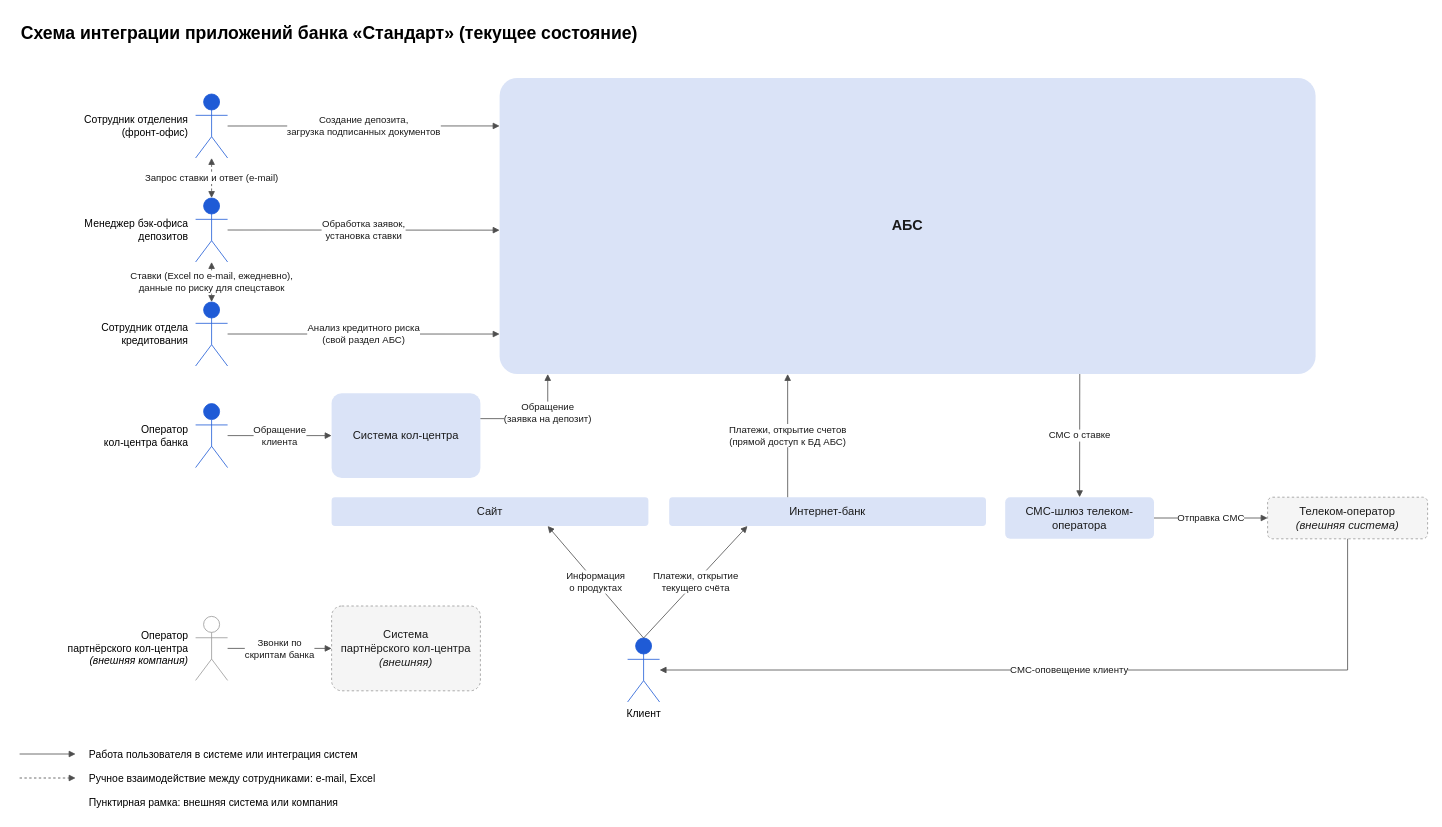
Before: Task1/integration-diagram.drawio in KirylNik/architecture-standart, a draw.io diagram. Source tidied: cells renumbered, new cells numbered last; positions are measured from the earlier drawing's top-left corner, leaving out a move shared by most shapes. Both pictures are drawn from the tidied source at 80%, with x=0, y=0 at pixel (19, 14).
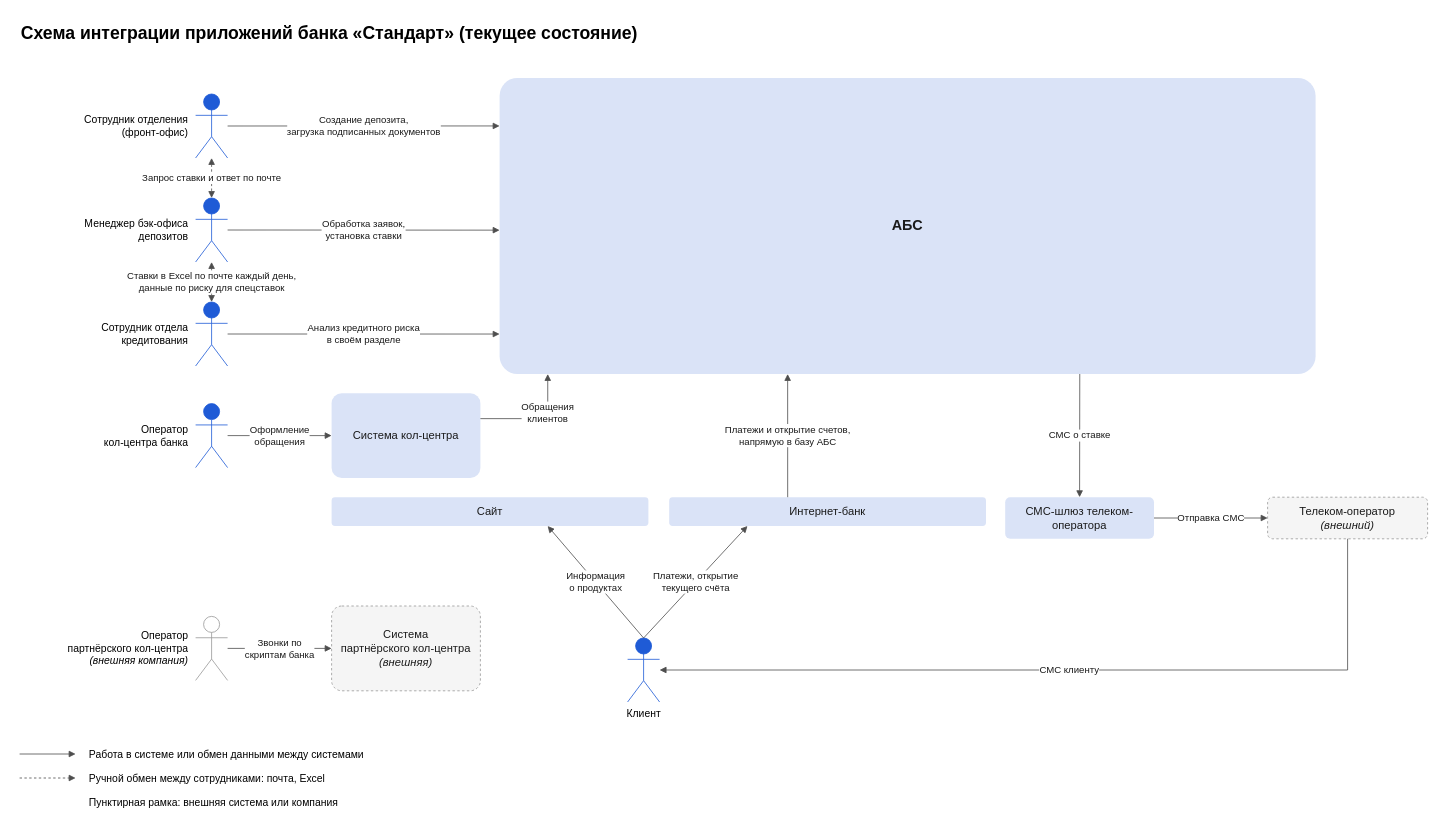
The same page after the edit.

Commit message (it also covers changes not shown here):
Clean up footnotes and labels in Task1 diagrams

Unchanged cells that the change refers to:
```xml
<mxCell id="3" value="Сотрудник отделения&lt;br&gt;(фронт-офис)" style="html=1;fontFamily=Helvetica;shape=umlActor;outlineConnect=0;fontSize=13;labelPosition=left;verticalLabelPosition=middle;align=right;verticalAlign=middle;spacingRight=8;fillColor=#1F5BD6;strokeColor=#1F5BD6;" parent="1" vertex="1">
  <mxGeometry x="220" y="100" width="40" height="80" as="geometry" />
</mxCell>
<mxCell id="4" value="Менеджер бэк-офиса&lt;br&gt;депозитов" style="html=1;fontFamily=Helvetica;shape=umlActor;outlineConnect=0;fontSize=13;labelPosition=left;verticalLabelPosition=middle;align=right;verticalAlign=middle;spacingRight=8;fillColor=#1F5BD6;strokeColor=#1F5BD6;" parent="1" vertex="1">
  <mxGeometry x="220" y="230" width="40" height="80" as="geometry" />
</mxCell>
<mxCell id="5" value="Сотрудник отдела&lt;br&gt;кредитования" style="html=1;fontFamily=Helvetica;shape=umlActor;outlineConnect=0;fontSize=13;labelPosition=left;verticalLabelPosition=middle;align=right;verticalAlign=middle;spacingRight=8;fillColor=#1F5BD6;strokeColor=#1F5BD6;" parent="1" vertex="1">
  <mxGeometry x="220" y="360" width="40" height="80" as="geometry" />
</mxCell>
<mxCell id="6" value="Оператор&lt;br&gt;кол-центра банка" style="html=1;fontFamily=Helvetica;shape=umlActor;outlineConnect=0;fontSize=13;labelPosition=left;verticalLabelPosition=middle;align=right;verticalAlign=middle;spacingRight=8;fillColor=#1F5BD6;strokeColor=#1F5BD6;" parent="1" vertex="1">
  <mxGeometry x="220" y="487" width="40" height="80" as="geometry" />
</mxCell>
<mxCell id="8" value="Клиент" style="html=1;fontFamily=Helvetica;shape=umlActor;outlineConnect=0;fontSize=13;verticalLabelPosition=bottom;verticalAlign=top;fillColor=#1F5BD6;strokeColor=#1F5BD6;" parent="1" vertex="1">
  <mxGeometry x="760" y="780" width="40" height="80" as="geometry" />
</mxCell>
<mxCell id="9" value="АБС" style="html=1;whiteSpace=wrap;fontFamily=Helvetica;rounded=1;arcSize=6;fillColor=#DAE3F7;strokeColor=none;fontColor=#1A1A1A;fontSize=18;fontStyle=1;" parent="1" vertex="1">
  <mxGeometry x="600" y="80" width="1020" height="370" as="geometry" />
</mxCell>
<mxCell id="10" value="Система кол-центра" style="html=1;whiteSpace=wrap;fontFamily=Helvetica;rounded=1;arcSize=12;fillColor=#DAE3F7;strokeColor=none;fontColor=#1A1A1A;fontSize=14;" parent="1" vertex="1">
  <mxGeometry x="390" y="474" width="186" height="106" as="geometry" />
</mxCell>
<mxCell id="13" value="Интернет-банк" style="html=1;whiteSpace=wrap;fontFamily=Helvetica;rounded=1;arcSize=12;fillColor=#DAE3F7;strokeColor=none;fontColor=#1A1A1A;fontSize=14;" parent="1" vertex="1">
  <mxGeometry x="812" y="604" width="396" height="36" as="geometry" />
</mxCell>
```

What changed in the source:
```diff
@@
-    <mxCell id="15" value="Телеком-оператор&lt;br&gt;&lt;i&gt;(внешняя система)&lt;/i&gt;" style="html=1;whiteSpace=wrap;fontFamily=Helvetica;rounded=1;arcSize=12;fillColor=#F5F5F5;strokeColor=#999999;dashed=1;fontColor=#1A1A1A;fontSize=14;" parent="1" vertex="1">
+    <mxCell id="15" value="Телеком-оператор&lt;br&gt;&lt;i&gt;(внешний)&lt;/i&gt;" style="html=1;whiteSpace=wrap;fontFamily=Helvetica;rounded=1;arcSize=12;fillColor=#F5F5F5;strokeColor=#999999;dashed=1;fontColor=#1A1A1A;fontSize=14;" parent="1" vertex="1">
       <mxGeometry x="1560" y="604" width="200" height="52" as="geometry" />
     </mxCell>
@@
-    <mxCell id="18" value="Анализ кредитного риска&lt;br&gt;(свой раздел АБС)" style="html=1;rounded=0;endArrow=block;endFill=1;strokeColor=#4D4D4D;fontSize=12;fontColor=#1A1A1A;labelBackgroundColor=#FFFFFF;edgeStyle=none;exitX=1;exitY=0.5;exitDx=0;exitDy=0;entryX=0;entryY=0.865;entryDx=0;entryDy=0;" parent="1" edge="1" source="5" target="9">
+    <mxCell id="18" value="Анализ кредитного риска&lt;br&gt;в своём разделе" style="html=1;rounded=0;endArrow=block;endFill=1;strokeColor=#4D4D4D;fontSize=12;fontColor=#1A1A1A;labelBackgroundColor=#FFFFFF;edgeStyle=none;exitX=1;exitY=0.5;exitDx=0;exitDy=0;entryX=0;entryY=0.865;entryDx=0;entryDy=0;" parent="1" edge="1" source="5" target="9">
       <mxGeometry relative="1" as="geometry" />
     </mxCell>
-    <mxCell id="19" value="Запрос ставки и ответ (e-mail)" style="html=1;rounded=0;endArrow=block;endFill=1;strokeColor=#4D4D4D;fontSize=12;fontColor=#1A1A1A;labelBackgroundColor=#FFFFFF;edgeStyle=none;dashed=1;startArrow=block;startFill=1;exitX=0.5;exitY=1;exitDx=0;exitDy=0;entryX=0.5;entryY=0;entryDx=0;entryDy=0;" parent="1" edge="1" source="3" target="4">
+    <mxCell id="19" value="Запрос ставки и ответ по почте" style="html=1;rounded=0;endArrow=block;endFill=1;strokeColor=#4D4D4D;fontSize=12;fontColor=#1A1A1A;labelBackgroundColor=#FFFFFF;edgeStyle=none;dashed=1;startArrow=block;startFill=1;exitX=0.5;exitY=1;exitDx=0;exitDy=0;entryX=0.5;entryY=0;entryDx=0;entryDy=0;" parent="1" edge="1" source="3" target="4">
       <mxGeometry relative="1" as="geometry" />
     </mxCell>
-    <mxCell id="20" value="Ставки (Excel по e-mail, ежедневно),&lt;br&gt;данные по риску для спецставок" style="html=1;rounded=0;endArrow=block;endFill=1;strokeColor=#4D4D4D;fontSize=12;fontColor=#1A1A1A;labelBackgroundColor=#FFFFFF;edgeStyle=none;dashed=1;startArrow=block;startFill=1;exitX=0.5;exitY=1;exitDx=0;exitDy=0;entryX=0.5;entryY=0;entryDx=0;entryDy=0;" parent="1" edge="1" source="4" target="5">
+    <mxCell id="20" value="Ставки в Excel по почте каждый день,&lt;br&gt;данные по риску для спецставок" style="html=1;rounded=0;endArrow=block;endFill=1;strokeColor=#4D4D4D;fontSize=12;fontColor=#1A1A1A;labelBackgroundColor=#FFFFFF;edgeStyle=none;dashed=1;startArrow=block;startFill=1;exitX=0.5;exitY=1;exitDx=0;exitDy=0;entryX=0.5;entryY=0;entryDx=0;entryDy=0;" parent="1" edge="1" source="4" target="5">
       <mxGeometry relative="1" as="geometry" />
     </mxCell>
-    <mxCell id="21" value="Обращение&lt;br&gt;клиента" style="html=1;rounded=0;endArrow=block;endFill=1;strokeColor=#4D4D4D;fontSize=12;fontColor=#1A1A1A;labelBackgroundColor=#FFFFFF;edgeStyle=none;exitX=1;exitY=0.5;exitDx=0;exitDy=0;entryX=0;entryY=0.5;entryDx=0;entryDy=0;" parent="1" edge="1" source="6" target="10">
+    <mxCell id="21" value="Оформление&lt;br&gt;обращения" style="html=1;rounded=0;endArrow=block;endFill=1;strokeColor=#4D4D4D;fontSize=12;fontColor=#1A1A1A;labelBackgroundColor=#FFFFFF;edgeStyle=none;exitX=1;exitY=0.5;exitDx=0;exitDy=0;entryX=0;entryY=0.5;entryDx=0;entryDy=0;" parent="1" edge="1" source="6" target="10">
       <mxGeometry relative="1" as="geometry" />
     </mxCell>
-    <mxCell id="22" value="Обращение&lt;br&gt;(заявка на депозит)" style="html=1;rounded=0;endArrow=block;endFill=1;strokeColor=#4D4D4D;fontSize=12;fontColor=#1A1A1A;labelBackgroundColor=#FFFFFF;edgeStyle=orthogonalEdgeStyle;exitX=1;exitY=0.3;exitDx=0;exitDy=0;entryX=0.059;entryY=1;entryDx=0;entryDy=0;" parent="1" edge="1" source="10" target="9">
+    <mxCell id="22" value="Обращения&lt;br&gt;клиентов" style="html=1;rounded=0;endArrow=block;endFill=1;strokeColor=#4D4D4D;fontSize=12;fontColor=#1A1A1A;labelBackgroundColor=#FFFFFF;edgeStyle=orthogonalEdgeStyle;exitX=1;exitY=0.3;exitDx=0;exitDy=0;entryX=0.059;entryY=1;entryDx=0;entryDy=0;" parent="1" edge="1" source="10" target="9">
       <mxGeometry x="0.3" relative="1" as="geometry" />
     </mxCell>
@@
-    <mxCell id="26" value="Платежи, открытие счетов&lt;br&gt;(прямой доступ к БД АБС)" style="html=1;rounded=0;endArrow=block;endFill=1;strokeColor=#4D4D4D;fontSize=12;fontColor=#1A1A1A;labelBackgroundColor=#FFFFFF;edgeStyle=none;exitX=0.374;exitY=0;exitDx=0;exitDy=0;entryX=0.353;entryY=1;entryDx=0;entryDy=0;" parent="1" edge="1" source="13" target="9">
+    <mxCell id="26" value="Платежи и открытие счетов,&lt;br&gt;напрямую в базу АБС" style="html=1;rounded=0;endArrow=block;endFill=1;strokeColor=#4D4D4D;fontSize=12;fontColor=#1A1A1A;labelBackgroundColor=#FFFFFF;edgeStyle=none;exitX=0.374;exitY=0;exitDx=0;exitDy=0;entryX=0.353;entryY=1;entryDx=0;entryDy=0;" parent="1" edge="1" source="13" target="9">
       <mxGeometry relative="1" as="geometry" />
     </mxCell>
@@
-    <mxCell id="29" value="СМС-оповещение клиенту" style="html=1;rounded=0;endArrow=block;endFill=1;strokeColor=#4D4D4D;fontSize=12;fontColor=#1A1A1A;labelBackgroundColor=#FFFFFF;edgeStyle=orthogonalEdgeStyle;exitX=0.5;exitY=1;exitDx=0;exitDy=0;entryX=1;entryY=0.5;entryDx=0;entryDy=0;" parent="1" edge="1" source="15" target="8">
+    <mxCell id="29" value="СМС клиенту" style="html=1;rounded=0;endArrow=block;endFill=1;strokeColor=#4D4D4D;fontSize=12;fontColor=#1A1A1A;labelBackgroundColor=#FFFFFF;edgeStyle=orthogonalEdgeStyle;exitX=0.5;exitY=1;exitDx=0;exitDy=0;entryX=1;entryY=0.5;entryDx=0;entryDy=0;" parent="1" edge="1" source="15" target="8">
       <mxGeometry relative="1" as="geometry">
         <Array as="points">
           <mxPoint x="1660" y="820" />
         </Array>
       </mxGeometry>
     </mxCell>
@@
-    <mxCell id="32" value="Работа пользователя в системе или интеграция систем" style="html=1;whiteSpace=wrap;fontFamily=Helvetica;text;fontSize=13;align=left;verticalAlign=middle;" parent="1" vertex="1">
+    <mxCell id="32" value="Работа в системе или обмен данными между системами" style="html=1;whiteSpace=wrap;fontFamily=Helvetica;text;fontSize=13;align=left;verticalAlign=middle;" parent="1" vertex="1">
       <mxGeometry x="85" y="910" width="560" height="30" as="geometry" />
     </mxCell>
-    <mxCell id="33" value="Ручное взаимодействие между сотрудниками: e-mail, Excel" style="html=1;whiteSpace=wrap;fontFamily=Helvetica;text;fontSize=13;align=left;verticalAlign=middle;" parent="1" vertex="1">
+    <mxCell id="33" value="Ручной обмен между сотрудниками: почта, Excel" style="html=1;whiteSpace=wrap;fontFamily=Helvetica;text;fontSize=13;align=left;verticalAlign=middle;" parent="1" vertex="1">
       <mxGeometry x="85" y="940" width="560" height="30" as="geometry" />
     </mxCell>
```
